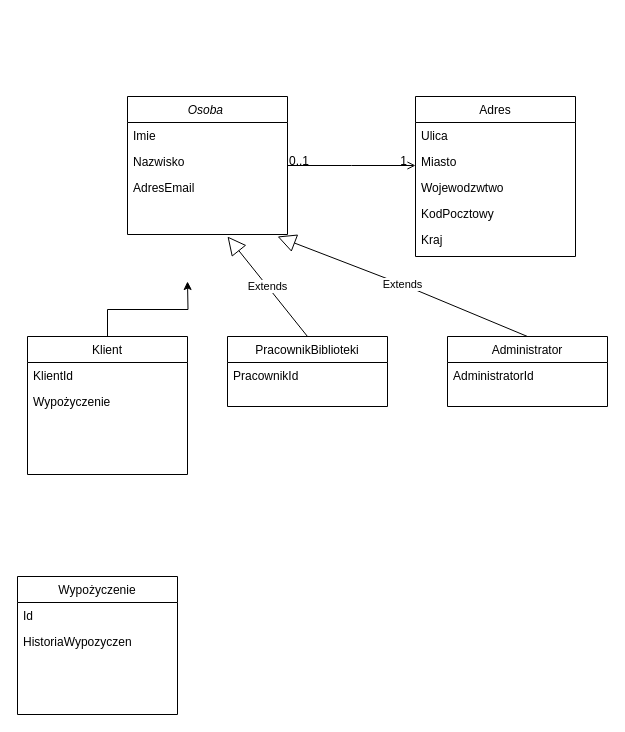
Above: Class diagram.drawio in mrogur/inz_opr (draw.io), before the change. Source tidied: cells renumbered, new cells numbered last; positions are measured from the earlier drawing's top-left corner, leaving out a move shared by most shapes. Both pictures are drawn from the tidied source at 100%, with x=0, y=0 at pixel (17, 96).
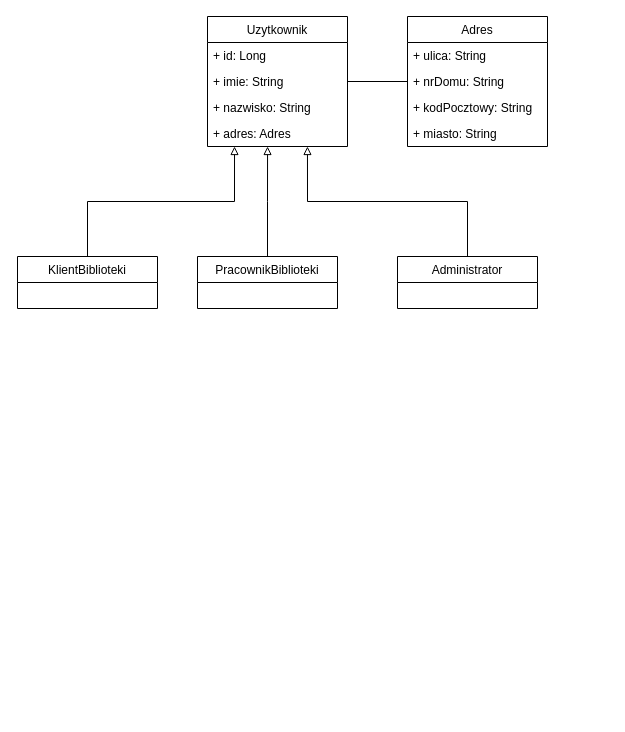
The same page after the edit.

Diff of the diagram source:
```diff
@@
-    <mxCell id="2" value="Osoba " style="swimlane;fontStyle=2;align=center;verticalAlign=top;horizontal=1;startSize=26;rounded=0;shadow=0;strokeWidth=1;" parent="1" vertex="1">
-      <mxGeometry x="110" width="160" height="138" as="geometry" />
-    </mxCell>
-    <mxCell id="3" value="Imie" style="text;align=left;verticalAlign=top;spacingLeft=4;spacingRight=4;overflow=hidden;" parent="2" vertex="1">
-      <mxGeometry y="26" width="160" height="26" as="geometry" />
-    </mxCell>
-    <mxCell id="4" value="Nazwisko" style="text;align=left;verticalAlign=top;spacingLeft=4;spacingRight=4;overflow=hidden;rounded=0;shadow=0;html=0;" parent="2" vertex="1">
-      <mxGeometry y="52" width="160" height="26" as="geometry" />
-    </mxCell>
-    <mxCell id="5" value="AdresEmail" style="text;align=left;verticalAlign=top;spacingLeft=4;spacingRight=4;overflow=hidden;rounded=0;shadow=0;html=0;" parent="2" vertex="1">
-      <mxGeometry y="78" width="160" height="26" as="geometry" />
-    </mxCell>
-    <mxCell id="6" style="edgeStyle=orthogonalEdgeStyle;rounded=0;jettySize=auto;html=1;" parent="1" edge="1" source="7">
-      <mxGeometry relative="1" as="geometry">
-        <mxPoint x="170" y="185" as="targetPoint" />
-      </mxGeometry>
-    </mxCell>
-    <mxCell id="7" value="Klient&#10;" style="swimlane;fontStyle=0;align=center;verticalAlign=top;horizontal=1;startSize=26;rounded=0;shadow=0;strokeWidth=1;" parent="1" vertex="1">
-      <mxGeometry x="10" y="240" width="160" height="138" as="geometry" />
-    </mxCell>
-    <mxCell id="8" value="KlientId" style="text;align=left;verticalAlign=top;spacingLeft=4;spacingRight=4;overflow=hidden;" parent="7" vertex="1">
-      <mxGeometry y="26" width="160" height="26" as="geometry" />
-    </mxCell>
-    <mxCell id="9" value="Wypożyczenie" style="text;align=left;verticalAlign=top;spacingLeft=4;spacingRight=4;overflow=hidden;rounded=0;shadow=0;html=0;" parent="7" vertex="1">
-      <mxGeometry y="52" width="160" height="26" as="geometry" />
-    </mxCell>
+    <mxCell id="28" value="Uzytkownik" style="swimlane;fontStyle=0;horizontal=1;startSize=26;fillColor=none;" parent="1" vertex="1">
+      <mxGeometry x="190" y="-80" width="140" height="130" as="geometry" />
+    </mxCell>
+    <mxCell id="29" value="+ id: Long" style="text;strokeColor=none;fillColor=none;align=left;verticalAlign=top;spacingLeft=4;spacingRight=4;overflow=hidden;" parent="28" vertex="1">
+      <mxGeometry y="26" width="140" height="26" as="geometry" />
+    </mxCell>
+    <mxCell id="30" value="+ imie: String&#10;" style="text;strokeColor=none;fillColor=none;align=left;verticalAlign=top;spacingLeft=4;spacingRight=4;overflow=hidden;points=[[0,0.5],[1,0.5]];portConstraint=eastwest;" parent="28" vertex="1">
+      <mxGeometry y="52" width="140" height="26" as="geometry" />
+    </mxCell>
+    <mxCell id="31" value="+ nazwisko: String" style="text;strokeColor=none;fillColor=none;align=left;verticalAlign=top;spacingLeft=4;spacingRight=4;overflow=hidden;" parent="28" vertex="1">
+      <mxGeometry y="78" width="140" height="26" as="geometry" />
+    </mxCell>
+    <mxCell id="32" value="+ adres: Adres" style="text;strokeColor=none;fillColor=none;align=left;verticalAlign=top;spacingLeft=4;spacingRight=4;overflow=hidden;points=[[0,0.5],[1,0.5]];portConstraint=eastwest;" parent="28" vertex="1">
+      <mxGeometry y="104" width="140" height="26" as="geometry" />
+    </mxCell>
+    <mxCell id="12" value="Adres" style="swimlane;fontStyle=0;horizontal=1;startSize=26;fillColor=none;" parent="1" vertex="1">
+      <mxGeometry x="390" y="-80" width="140" height="130" as="geometry" />
+    </mxCell>
+    <mxCell id="33" value="+ ulica: String" style="text;strokeColor=none;fillColor=none;align=left;verticalAlign=top;spacingLeft=4;spacingRight=4;overflow=hidden;" parent="12" vertex="1">
+      <mxGeometry y="26" width="140" height="26" as="geometry" />
+    </mxCell>
+    <mxCell id="34" value="+ nrDomu: String" style="text;strokeColor=none;fillColor=none;align=left;verticalAlign=top;spacingLeft=4;spacingRight=4;overflow=hidden;points=[[0,0.5],[1,0.5]];portConstraint=eastwest;" parent="12" vertex="1">
+      <mxGeometry y="52" width="140" height="26" as="geometry" />
+    </mxCell>
+    <mxCell id="35" value="+ kodPocztowy: String" style="text;strokeColor=none;fillColor=none;align=left;verticalAlign=top;spacingLeft=4;spacingRight=4;overflow=hidden;" parent="12" vertex="1">
+      <mxGeometry y="78" width="140" height="26" as="geometry" />
+    </mxCell>
+    <mxCell id="36" value="+ miasto: String" style="text;strokeColor=none;fillColor=none;align=left;verticalAlign=top;spacingLeft=4;spacingRight=4;overflow=hidden;" parent="12" vertex="1">
+      <mxGeometry y="104" width="140" height="26" as="geometry" />
+    </mxCell>
+    <mxCell id="37" style="edgeStyle=orthogonalEdgeStyle;rounded=0;jettySize=auto;html=1;endArrow=none;endFill=0;" parent="1" edge="1" source="30" target="34">
+      <mxGeometry relative="1" as="geometry" />
+    </mxCell>
+    <mxCell id="38" style="edgeStyle=orthogonalEdgeStyle;rounded=0;jettySize=auto;html=1;entryX=0.714;entryY=1;entryDx=0;entryDy=0;entryPerimeter=0;endArrow=block;endFill=0;" parent="1" edge="1" source="21" target="32">
+      <mxGeometry relative="1" as="geometry" />
+    </mxCell>
+    <mxCell id="21" value="Administrator" style="swimlane;fontStyle=0;horizontal=1;startSize=26;fillColor=none;" parent="1" vertex="1">
+      <mxGeometry x="380" y="160" width="140" height="52" as="geometry" />
+    </mxCell>
+    <mxCell id="39" style="edgeStyle=orthogonalEdgeStyle;rounded=0;jettySize=auto;html=1;entryX=0.193;entryY=1;entryDx=0;entryDy=0;entryPerimeter=0;endArrow=block;endFill=0;" parent="1" edge="1" source="40" target="32">
+      <mxGeometry relative="1" as="geometry" />
+    </mxCell>
+    <mxCell id="40" value="KlientBiblioteki" style="swimlane;fontStyle=0;horizontal=1;startSize=26;fillColor=none;" parent="1" vertex="1">
+      <mxGeometry y="160" width="140" height="52" as="geometry" />
+    </mxCell>
+    <mxCell id="41" style="edgeStyle=orthogonalEdgeStyle;rounded=0;jettySize=auto;html=1;entryX=0.429;entryY=1;entryDx=0;entryDy=0;entryPerimeter=0;endArrow=block;endFill=0;" parent="1" edge="1" source="10" target="32">
+      <mxGeometry relative="1" as="geometry" />
+    </mxCell>
-    <mxCell id="10" value="PracownikBiblioteki" style="swimlane;fontStyle=0;align=center;verticalAlign=top;horizontal=1;startSize=26;rounded=0;shadow=0;strokeWidth=1;" parent="1" vertex="1">
-      <mxGeometry x="210" y="240" width="160" height="70" as="geometry" />
+    <mxCell id="10" value="PracownikBiblioteki" style="swimlane;fontStyle=0;horizontal=1;startSize=26;fillColor=none;" parent="1" vertex="1">
+      <mxGeometry x="180" y="160" width="140" height="52" as="geometry" />
     </mxCell>
-    <mxCell id="11" value="PracownikId&#10;" style="text;align=left;verticalAlign=top;spacingLeft=4;spacingRight=4;overflow=hidden;" parent="10" vertex="1">
-      <mxGeometry y="26" width="160" height="26" as="geometry" />
-    </mxCell>
-    <mxCell id="12" value="Adres&#10;" style="swimlane;fontStyle=0;align=center;verticalAlign=top;horizontal=1;startSize=26;rounded=0;shadow=0;strokeWidth=1;" parent="1" vertex="1">
-      <mxGeometry x="398" width="160" height="160" as="geometry" />
-    </mxCell>
-    <mxCell id="13" value="Ulica" style="text;align=left;verticalAlign=top;spacingLeft=4;spacingRight=4;overflow=hidden;" parent="12" vertex="1">
-      <mxGeometry y="26" width="160" height="26" as="geometry" />
-    </mxCell>
-    <mxCell id="14" value="Miasto" style="text;align=left;verticalAlign=top;spacingLeft=4;spacingRight=4;overflow=hidden;rounded=0;shadow=0;html=0;" parent="12" vertex="1">
-      <mxGeometry y="52" width="160" height="26" as="geometry" />
-    </mxCell>
-    <mxCell id="15" value="Wojewodzwtwo    " style="text;align=left;verticalAlign=top;spacingLeft=4;spacingRight=4;overflow=hidden;rounded=0;shadow=0;html=0;" parent="12" vertex="1">
-      <mxGeometry y="78" width="160" height="26" as="geometry" />
-    </mxCell>
-    <mxCell id="16" value="KodPocztowy" style="text;align=left;verticalAlign=top;spacingLeft=4;spacingRight=4;overflow=hidden;rounded=0;shadow=0;html=0;" parent="12" vertex="1">
-      <mxGeometry y="104" width="160" height="26" as="geometry" />
-    </mxCell>
-    <mxCell id="17" value="Kraj" style="text;align=left;verticalAlign=top;spacingLeft=4;spacingRight=4;overflow=hidden;rounded=0;shadow=0;html=0;" parent="12" vertex="1">
-      <mxGeometry y="130" width="160" height="26" as="geometry" />
-    </mxCell>
-    <mxCell id="18" style="endArrow=open;shadow=0;strokeWidth=1;rounded=0;endFill=1;edgeStyle=elbowEdgeStyle;elbow=vertical;" parent="1" edge="1" source="2" target="12">
-      <mxGeometry x="0.5" y="41" relative="1" as="geometry">
-        <mxPoint x="-40" y="32" as="offset" />
-      </mxGeometry>
-    </mxCell>
-    <mxCell id="19" value="0..1" style="align=left;verticalAlign=bottom;labelBackgroundColor=none;fontSize=12;" parent="18" vertex="1">
-      <mxGeometry x="-1" relative="1" as="geometry">
-        <mxPoint y="4" as="offset" />
-      </mxGeometry>
-    </mxCell>
-    <mxCell id="20" value="1" style="align=right;verticalAlign=bottom;labelBackgroundColor=none;fontSize=12;" parent="18" vertex="1">
-      <mxGeometry x="1" relative="1" as="geometry">
-        <mxPoint x="-7" y="4" as="offset" />
-      </mxGeometry>
-    </mxCell>
-    <mxCell id="21" value="Administrator" style="swimlane;fontStyle=0;align=center;verticalAlign=top;horizontal=1;startSize=26;rounded=0;shadow=0;strokeWidth=1;" parent="1" vertex="1">
-      <mxGeometry x="430" y="240" width="160" height="70" as="geometry" />
-    </mxCell>
-    <mxCell id="22" value="AdministratorId&#10;" style="text;align=left;verticalAlign=top;spacingLeft=4;spacingRight=4;overflow=hidden;" parent="21" vertex="1">
-      <mxGeometry y="26" width="160" height="26" as="geometry" />
-    </mxCell>
-    <mxCell id="23" value="Wypożyczenie" style="swimlane;fontStyle=0;align=center;verticalAlign=top;horizontal=1;startSize=26;rounded=0;shadow=0;strokeWidth=1;" parent="1" vertex="1">
-      <mxGeometry y="480" width="160" height="138" as="geometry" />
-    </mxCell>
-    <mxCell id="24" value="Id" style="text;align=left;verticalAlign=top;spacingLeft=4;spacingRight=4;overflow=hidden;" parent="23" vertex="1">
-      <mxGeometry y="26" width="160" height="26" as="geometry" />
-    </mxCell>
-    <mxCell id="25" value="HistoriaWypozyczen" style="text;align=left;verticalAlign=top;spacingLeft=4;spacingRight=4;overflow=hidden;rounded=0;shadow=0;html=0;" parent="23" vertex="1">
-      <mxGeometry y="52" width="160" height="26" as="geometry" />
-    </mxCell>
-    <mxCell id="26" value="Extends" style="endArrow=block;endSize=16;endFill=0;html=1;rounded=0;exitX=0.5;exitY=0;exitDx=0;exitDy=0;" parent="1" edge="1" source="21">
-      <mxGeometry relative="1" as="geometry">
-        <mxPoint x="260" y="140" as="targetPoint" />
-        <Array as="points">
-          <mxPoint x="390" y="190" />
-        </Array>
-      </mxGeometry>
-    </mxCell>
-    <mxCell id="27" value="Extends" style="endArrow=block;endSize=16;endFill=0;html=1;rounded=0;exitX=0.5;exitY=0;exitDx=0;exitDy=0;" parent="1" edge="1" source="10">
-      <mxGeometry relative="1" as="geometry">
-        <mxPoint x="210" y="140" as="targetPoint" />
-      </mxGeometry>
-    </mxCell>
```
